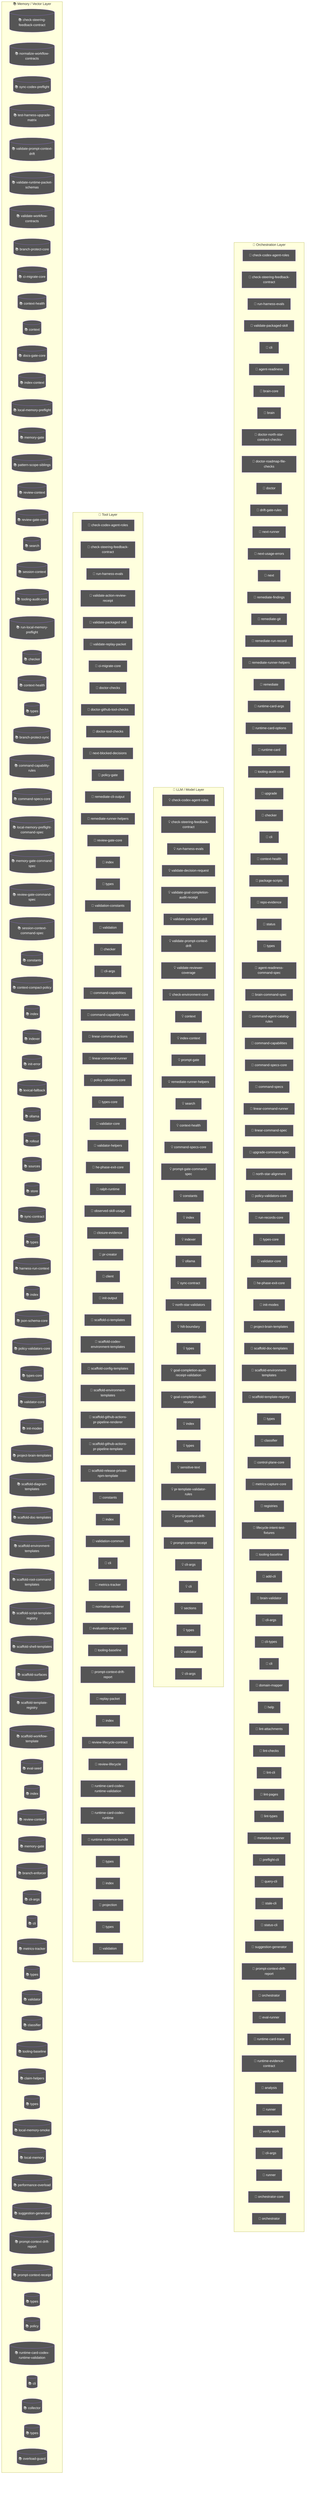
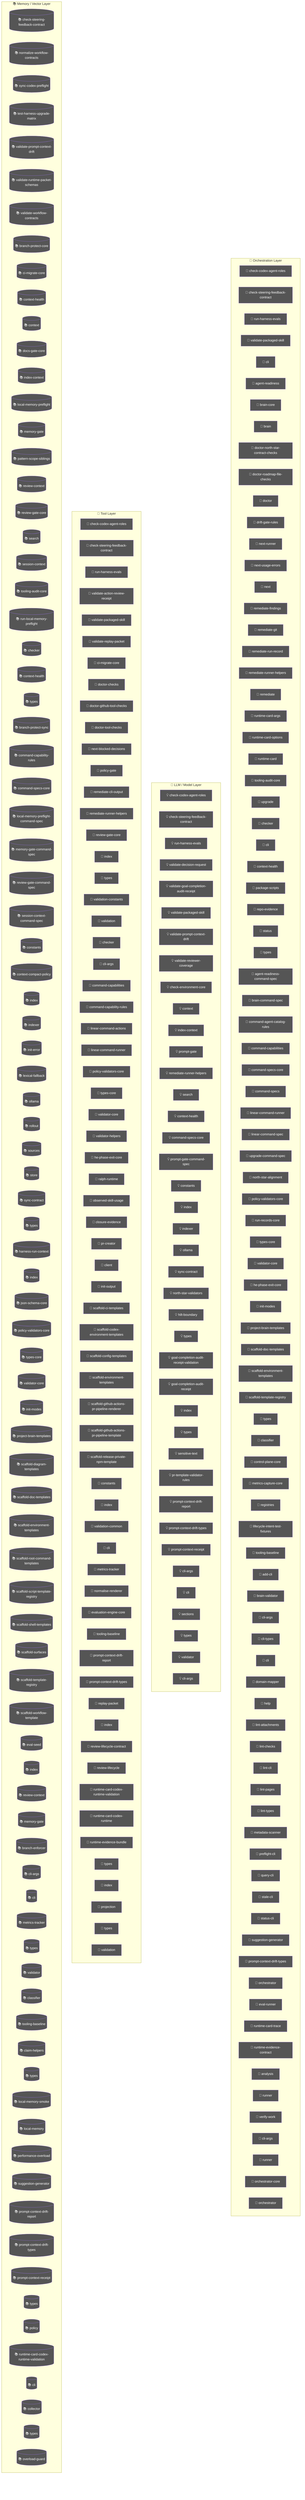
flowchart TD
  subgraph Orchestration["🎯 Orchestration Layer"]
    node_agent_mmd_orchestration_layer_orchestration_chec_7a9f0b64["🤖 check-codex-agent-roles"]
    node_agent_mmd_orchestration_layer_orchestration_chec_7fd47f5c["🤖 check-steering-feedback-contract"]
    node_agent_mmd_orchestration_layer_orchestration_run__18817957["🤖 run-harness-evals"]
    node_agent_mmd_orchestration_layer_orchestration_vali_c01b04be["🤖 validate-packaged-skill"]
    cli_99bb8840["🤖 cli"]
    agent_readiness_c82c68e6["🤖 agent-readiness"]
    brain_core_aa07c380["🤖 brain-core"]
    brain_bbbf7a64["🤖 brain"]
    doctor_north_star_contract_checks_0048124c["🤖 doctor-north-star-contract-checks"]
    doctor_roadmap_file_checks_14447b8e["🤖 doctor-roadmap-file-checks"]
    doctor_72f4be89["🤖 doctor"]
    drift_gate_rules_9685e72d["🤖 drift-gate-rules"]
    next_runner_41643472["🤖 next-runner"]
    next_usage_errors_837a345a["🤖 next-usage-errors"]
    next_c6c1c9a9["🤖 next"]
    remediate_findings_8b09c8c6["🤖 remediate-findings"]
    remediate_git_58c6f6f4["🤖 remediate-git"]
    remediate_run_record_9dfe5dc1["🤖 remediate-run-record"]
    node_agent_mmd_orchestration_layer_orchestration_reme_359fe98f["🤖 remediate-runner-helpers"]
    remediate_06b9c7fc["🤖 remediate"]
    runtime_card_args_2b3d4b28["🤖 runtime-card-args"]
    runtime_card_options_c9156ad5["🤖 runtime-card-options"]
    runtime_card_e06b53e1["🤖 runtime-card"]
    node_agent_mmd_orchestration_layer_orchestration_tool_acfe0c01["🤖 tooling-audit-core"]
    upgrade_7fef9479["🤖 upgrade"]
    node_agent_mmd_orchestration_layer_orchestration_chec_0550c395["🤖 checker"]
    cli_1_084e05fe["🤖 cli"]
    node_agent_mmd_orchestration_layer_orchestration_cont_61b3b9c9["🤖 context-health"]
    package_scripts_3ee6150f["🤖 package-scripts"]
    repo_evidence_38bb1de5["🤖 repo-evidence"]
    status_073c1634["🤖 status"]
    node_agent_mmd_orchestration_layer_orchestration_type_4f906dcc["🤖 types"]
    agent_readiness_command_spec_a30c2c1e["🤖 agent-readiness-command-spec"]
    brain_command_spec_15b122d5["🤖 brain-command-spec"]
    command_agent_catalog_rules_8e06b2af["🤖 command-agent-catalog-rules"]
    node_agent_mmd_orchestration_layer_orchestration_comm_6e41a7f7["🤖 command-capabilities"]
    node_agent_mmd_orchestration_layer_orchestration_comm_1f8cc24c["🤖 command-specs-core"]
    command_specs_69167c63["🤖 command-specs"]
    node_agent_mmd_orchestration_layer_orchestration_line_b67affd5["🤖 linear-command-runner"]
    linear_command_spec_1e12dd44["🤖 linear-command-spec"]
    upgrade_command_spec_03f6c7bd["🤖 upgrade-command-spec"]
    north_star_alignment_00440188["🤖 north-star-alignment"]
    node_agent_mmd_orchestration_layer_orchestration_poli_3270b55d["🤖 policy-validators-core"]
    run_records_core_89286dfa["🤖 run-records-core"]
    node_agent_mmd_orchestration_layer_orchestration_type_7cf81261["🤖 types-core"]
    node_agent_mmd_orchestration_layer_orchestration_vali_d9fe99e6["🤖 validator-core"]
    node_agent_mmd_orchestration_layer_orchestration_he_p_fc778c24["🤖 he-phase-exit-core"]
    node_agent_mmd_orchestration_layer_orchestration_init_2a9c3ecb["🤖 init-modes"]
    node_agent_mmd_orchestration_layer_orchestration_proj_6ab6f60f["🤖 project-brain-templates"]
    node_agent_mmd_orchestration_layer_orchestration_scaf_12cc07db["🤖 scaffold-doc-templates"]
    node_agent_mmd_orchestration_layer_orchestration_scaf_c9a90c2f["🤖 scaffold-environment-templates"]
    node_agent_mmd_orchestration_layer_orchestration_scaf_ff8f92f6["🤖 scaffold-template-registry"]
    types_15_86775c96["🤖 types"]
    node_agent_mmd_orchestration_layer_orchestration_clas_899b821a["🤖 classifier"]
    control_plane_core_db3b4cb2["🤖 control-plane-core"]
    metrics_capture_core_db4bf7cf["🤖 metrics-capture-core"]
    registries_06402afa["🤖 registries"]
    lifecycle_intent_test_fixtures_a53c7ada["🤖 lifecycle-intent-test-fixtures"]
    node_agent_mmd_orchestration_layer_orchestration_tool_cc43149f["🤖 tooling-baseline"]
    add_cli_7614de25["🤖 add-cli"]
    brain_validator_be251832["🤖 brain-validator"]
    cli_args_8_d546936e["🤖 cli-args"]
    cli_types_1686e858["🤖 cli-types"]
    cli_9_b54c1407["🤖 cli"]
    domain_mapper_cd9333d2["🤖 domain-mapper"]
    help_106a5842["🤖 help"]
    lint_attachments_873c0632["🤖 lint-attachments"]
    lint_checks_83522b19["🤖 lint-checks"]
    lint_cli_9ec62ec0["🤖 lint-cli"]
    lint_pages_e33301d0["🤖 lint-pages"]
    lint_types_2862c255["🤖 lint-types"]
    metadata_scanner_6a101b66["🤖 metadata-scanner"]
    preflight_cli_5d148379["🤖 preflight-cli"]
    query_cli_b95be64d["🤖 query-cli"]
    stale_cli_64548720["🤖 stale-cli"]
    status_cli_4c24a0d6["🤖 status-cli"]
    node_agent_mmd_orchestration_layer_orchestration_sugg_85c5ebe3["🤖 suggestion-generator"]
-     node_agent_mmd_orchestration_layer_orchestration_prom_d17b4de2["🤖 prompt-context-drift-report"]
+     node_agent_mmd_orchestration_layer_orchestration_prom_77088997["🤖 prompt-context-drift-types"]
    orchestrator_11376b7e["🤖 orchestrator"]
    eval_runner_0966a6b3["🤖 eval-runner"]
    runtime_card_trace_64a5ca95["🤖 runtime-card-trace"]
    runtime_evidence_contract_0f7b15b2["🤖 runtime-evidence-contract"]
    analysis_f44e85c4["🤖 analysis"]
    runner_527aa9f4["🤖 runner"]
    verify_work_1_cd8e7ec3["🤖 verify-work"]
    cli_args_14_3481043e["🤖 cli-args"]
    runner_1_6f281bf8["🤖 runner"]
    orchestrator_core_d0678b53["🤖 orchestrator-core"]
    orchestrator_1_6b7137c5["🤖 orchestrator"]
  end
  subgraph LLMLayer["🧠 LLM / Model Layer"]
    node_agent_mmd_llm_model_layer_llmlayer_check_codex_a_29e7b7fa["💡 check-codex-agent-roles"]
    node_agent_mmd_llm_model_layer_llmlayer_check_steerin_0e1bf90d["💡 check-steering-feedback-contract"]
    node_agent_mmd_llm_model_layer_llmlayer_run_harness_e_603fcfdc["💡 run-harness-evals"]
    validate_decision_request_2e5c325e["💡 validate-decision-request"]
    validate_goal_completion_audit_receipt_100d252c["💡 validate-goal-completion-audit-receipt"]
    node_agent_mmd_llm_model_layer_llmlayer_validate_pack_2a12e1f4["💡 validate-packaged-skill"]
    node_agent_mmd_llm_model_layer_llmlayer_validate_prom_9880f764["💡 validate-prompt-context-drift"]
    validate_reviewer_coverage_251efee3["💡 validate-reviewer-coverage"]
    check_environment_core_2c16213f["💡 check-environment-core"]
    node_agent_mmd_llm_model_layer_llmlayer_context_conte_ad2dfbd9["💡 context"]
    node_agent_mmd_llm_model_layer_llmlayer_index_context_1041bd11["💡 index-context"]
    prompt_gate_c5e9d207["💡 prompt-gate"]
    node_agent_mmd_llm_model_layer_llmlayer_remediate_run_9e3d4585["💡 remediate-runner-helpers"]
    node_agent_mmd_llm_model_layer_llmlayer_search_search_66b9a911["💡 search"]
    node_agent_mmd_llm_model_layer_llmlayer_context_healt_cfc0bfa8["💡 context-health"]
    node_agent_mmd_llm_model_layer_llmlayer_command_specs_782af9fa["💡 command-specs-core"]
    prompt_gate_command_spec_9a941482["💡 prompt-gate-command-spec"]
    node_agent_mmd_llm_model_layer_llmlayer_constants_con_c9bd3f6c["💡 constants"]
    node_agent_mmd_llm_model_layer_llmlayer_index_index_1_02e160ff["💡 index"]
    node_agent_mmd_llm_model_layer_llmlayer_indexer_index_4f4deef5["💡 indexer"]
    node_agent_mmd_llm_model_layer_llmlayer_ollama_ollama_968b23fa["💡 ollama"]
    node_agent_mmd_llm_model_layer_llmlayer_sync_contract_9f3cc8c1["💡 sync-contract"]
    north_star_validators_cfc926ce["💡 north-star-validators"]
    hilt_boundary_9b36fb15["💡 hilt-boundary"]
    types_9_1db4641f["💡 types"]
    goal_completion_audit_receipt_validation_9d0f4891["💡 goal-completion-audit-receipt-validation"]
    goal_completion_audit_receipt_5e4939c3["💡 goal-completion-audit-receipt"]
    index_4_013aa0e3["💡 index"]
    node_agent_mmd_llm_model_layer_llmlayer_constants_con_c9bd3f6c["💡 constants"]
    types_16_0fae1112["💡 types"]
    sensitive_text_7c11f760["💡 sensitive-text"]
    pr_template_validator_rules_20a32d6b["💡 pr-template-validator-rules"]
    node_agent_mmd_llm_model_layer_llmlayer_index_index_1_02e160ff["💡 index"]
-     node_agent_mmd_llm_model_layer_llmlayer_prompt_contex_81f9066a["💡 prompt-context-drift-report"]
+     node_agent_mmd_llm_model_layer_llmlayer_prompt_contex_9683b128["💡 prompt-context-drift-report"]
+     node_agent_mmd_llm_model_layer_llmlayer_prompt_contex_e5066b88["💡 prompt-context-drift-types"]
    node_agent_mmd_llm_model_layer_llmlayer_index_index_1_02e160ff["💡 index"]
    node_agent_mmd_llm_model_layer_llmlayer_prompt_contex_6426acc2["💡 prompt-context-receipt"]
    cli_args_9_9c136878["💡 cli-args"]
    cli_10_35dc8cbd["💡 cli"]
    sections_4697ef32["💡 sections"]
    types_26_a5814179["💡 types"]
    validator_6_3688adbf["💡 validator"]
    cli_args_10_861cdd3f["💡 cli-args"]
  end
  subgraph ToolLayer["🔧 Tool Layer"]
    node_agent_mmd_tool_layer_toollayer_check_codex_agent_4b361d5a["🔧 check-codex-agent-roles"]
    node_agent_mmd_tool_layer_toollayer_check_steering_fe_eafecf3a["🔧 check-steering-feedback-contract"]
    node_agent_mmd_tool_layer_toollayer_run_harness_evals_e2ee24f1["🔧 run-harness-evals"]
    validate_action_review_receipt_fa2f06c3["🔧 validate-action-review-receipt"]
    node_agent_mmd_tool_layer_toollayer_validate_packaged_2855c827["🔧 validate-packaged-skill"]
    validate_replay_packet_f309747e["🔧 validate-replay-packet"]
    node_agent_mmd_tool_layer_toollayer_ci_migrate_core_c_049f8460["🔧 ci-migrate-core"]
    doctor_checks_5a2eb2b9["🔧 doctor-checks"]
    doctor_github_tool_checks_a53b0382["🔧 doctor-github-tool-checks"]
    doctor_tool_checks_4acac51a["🔧 doctor-tool-checks"]
    next_blocked_decisions_4140ad2b["🔧 next-blocked-decisions"]
    policy_gate_213f7313["🔧 policy-gate"]
    remediate_cli_output_cc165396["🔧 remediate-cli-output"]
    node_agent_mmd_tool_layer_toollayer_remediate_runner__c003b871["🔧 remediate-runner-helpers"]
    node_agent_mmd_tool_layer_toollayer_review_gate_core__7704598b["🔧 review-gate-core"]
    index_1bc04b52["🔧 index"]
    types_1_4ecdf56e["🔧 types"]
    validation_constants_e002a0f6["🔧 validation-constants"]
    validation_98c41dcd["🔧 validation"]
    node_agent_mmd_tool_layer_toollayer_checker_checker_2_453d593b["🔧 checker"]
    cli_args_1_6144b055["🔧 cli-args"]
    node_agent_mmd_tool_layer_toollayer_command_capabilit_7fe13db1["🔧 command-capabilities"]
    node_agent_mmd_tool_layer_toollayer_command_capabilit_e97a4615["🔧 command-capability-rules"]
    linear_command_actions_e430f4f4["🔧 linear-command-actions"]
    node_agent_mmd_tool_layer_toollayer_linear_command_ru_d6763748["🔧 linear-command-runner"]
    node_agent_mmd_tool_layer_toollayer_policy_validators_af136abf["🔧 policy-validators-core"]
    node_agent_mmd_tool_layer_toollayer_types_core_types__6c8319b6["🔧 types-core"]
    node_agent_mmd_tool_layer_toollayer_validator_core_va_6ef6131f["🔧 validator-core"]
    validator_helpers_7b927667["🔧 validator-helpers"]
    node_agent_mmd_tool_layer_toollayer_he_phase_exit_cor_af016160["🔧 he-phase-exit-core"]
    ralph_runtime_73d63c0e["🔧 ralph-runtime"]
    observed_skill_usage_ed7d5930["🔧 observed-skill-usage"]
    closure_evidence_aaa31467["🔧 closure-evidence"]
    pr_creator_dc6b1ea4["🔧 pr-creator"]
    client_948fe603["🔧 client"]
    init_output_360dce91["🔧 init-output"]
    scaffold_ci_templates_2afd6392["🔧 scaffold-ci-templates"]
    scaffold_codex_environment_templates_334fbbed["🔧 scaffold-codex-environment-templates"]
    scaffold_config_templates_4b80ce53["🔧 scaffold-config-templates"]
    node_agent_mmd_tool_layer_toollayer_scaffold_environm_c1afc013["🔧 scaffold-environment-templates"]
    scaffold_github_actions_pr_pipeline_renderer_1ee18de5["🔧 scaffold-github-actions-pr-pipeline-renderer"]
    scaffold_github_actions_pr_pipeline_template_e2b85f62["🔧 scaffold-github-actions-pr-pipeline-template"]
    scaffold_release_private_npm_template_075499f8["🔧 scaffold-release-private-npm-template"]
    node_agent_mmd_tool_layer_toollayer_constants_constan_9d71b829["🔧 constants"]
    index_8_6f0f20ec["🔧 index"]
    validation_common_6161e48b["🔧 validation-common"]
    node_agent_mmd_tool_layer_toollayer_cli_cli_2_1_32d9eeaf["🔧 cli"]
    node_agent_mmd_tool_layer_toollayer_metrics_tracker_m_4c9237d8["🔧 metrics-tracker"]
    normalise_renderer_85f2e563["🔧 normalise-renderer"]
    evaluation_engine_core_e054fe49["🔧 evaluation-engine-core"]
    node_agent_mmd_tool_layer_toollayer_tooling_baseline__61e66e9f["🔧 tooling-baseline"]
-     node_agent_mmd_tool_layer_toollayer_prompt_context_dr_a2772f2b["🔧 prompt-context-drift-report"]
+     node_agent_mmd_tool_layer_toollayer_prompt_context_dr_801c86ff["🔧 prompt-context-drift-report"]
+     node_agent_mmd_tool_layer_toollayer_prompt_context_dr_bd82da46["🔧 prompt-context-drift-types"]
    replay_packet_a1293f88["🔧 replay-packet"]
    index_13_97df39c8["🔧 index"]
    review_lifecycle_contract_e5447221["🔧 review-lifecycle-contract"]
    review_lifecycle_89afa64c["🔧 review-lifecycle"]
    node_agent_mmd_tool_layer_toollayer_runtime_card_code_3636ceac["🔧 runtime-card-codex-runtime-validation"]
    runtime_card_codex_runtime_0655e230["🔧 runtime-card-codex-runtime"]
    runtime_evidence_bundle_d471a232["🔧 runtime-evidence-bundle"]
    types_35_93e66c64["🔧 types"]
    index_16_373c8a49["🔧 index"]
    projection_1b250ea1["🔧 projection"]
    types_37_32ccf9f9["🔧 types"]
    validation_7_c4e6d8b6["🔧 validation"]
  end
  subgraph MemoryLayer["📚 Memory / Vector Layer"]
    node_agent_mmd_memory_vector_layer_memorylayer_check__64c86928[("📚 check-steering-feedback-contract")]
    normalize_workflow_contracts_8701f1c8[("📚 normalize-workflow-contracts")]
    sync_codex_preflight_7e7a8dc2[("📚 sync-codex-preflight")]
    test_harness_upgrade_matrix_84113c4e[("📚 test-harness-upgrade-matrix")]
    node_agent_mmd_memory_vector_layer_memorylayer_valida_c52c4db8[("📚 validate-prompt-context-drift")]
    validate_runtime_packet_schemas_bc3ba8ec[("📚 validate-runtime-packet-schemas")]
    validate_workflow_contracts_33dc063c[("📚 validate-workflow-contracts")]
    branch_protect_core_a8feb0fd[("📚 branch-protect-core")]
    node_agent_mmd_memory_vector_layer_memorylayer_ci_mig_0cd5b1a4[("📚 ci-migrate-core")]
    context_health_80bb7da9[("📚 context-health")]
    node_agent_mmd_memory_vector_layer_memorylayer_contex_78ceaaa9[("📚 context")]
    docs_gate_core_eb9b6c18[("📚 docs-gate-core")]
    node_agent_mmd_memory_vector_layer_memorylayer_index__6f3402d0[("📚 index-context")]
    local_memory_preflight_dcc36c42[("📚 local-memory-preflight")]
    memory_gate_a577a506[("📚 memory-gate")]
    pattern_scope_siblings_43abe000[("📚 pattern-scope-siblings")]
    review_context_ca6cf81d[("📚 review-context")]
    node_agent_mmd_memory_vector_layer_memorylayer_review_5bee9816[("📚 review-gate-core")]
    node_agent_mmd_memory_vector_layer_memorylayer_search_ac35cb7e[("📚 search")]
    session_context_e5ec72c0[("📚 session-context")]
    node_agent_mmd_memory_vector_layer_memorylayer_toolin_a1185b8f[("📚 tooling-audit-core")]
    run_local_memory_preflight_36e92808[("📚 run-local-memory-preflight")]
    node_agent_mmd_memory_vector_layer_memorylayer_checke_a583eb4f[("📚 checker")]
    node_agent_mmd_memory_vector_layer_memorylayer_contex_3204aa0e[("📚 context-health")]
    node_agent_mmd_memory_vector_layer_memorylayer_types__9ad640a0[("📚 types")]
    branch_protect_sync_570adb18[("📚 branch-protect-sync")]
    node_agent_mmd_memory_vector_layer_memorylayer_comman_c72a5d05[("📚 command-capability-rules")]
    node_agent_mmd_memory_vector_layer_memorylayer_comman_111eb454[("📚 command-specs-core")]
    local_memory_preflight_command_spec_9e23f3ce[("📚 local-memory-preflight-command-spec")]
    memory_gate_command_spec_dc9001a9[("📚 memory-gate-command-spec")]
    review_gate_command_spec_3187376a[("📚 review-gate-command-spec")]
    session_context_command_spec_973afbb1[("📚 session-context-command-spec")]
    node_agent_mmd_memory_vector_layer_memorylayer_consta_702d3f46[("📚 constants")]
    context_compact_policy_3dcaf95d[("📚 context-compact-policy")]
    node_agent_mmd_memory_vector_layer_memorylayer_index__752bc61e[("📚 index")]
    node_agent_mmd_memory_vector_layer_memorylayer_indexe_93e6d86f[("📚 indexer")]
    init_error_5c7dd49f[("📚 init-error")]
    lexical_fallback_723e2b3e[("📚 lexical-fallback")]
    node_agent_mmd_memory_vector_layer_memorylayer_ollama_6d51be16[("📚 ollama")]
    rollout_a4fa034c[("📚 rollout")]
    sources_878a52fc[("📚 sources")]
    store_824d80d7[("📚 store")]
    node_agent_mmd_memory_vector_layer_memorylayer_sync_c_e43418bc[("📚 sync-contract")]
    types_7_2f1ed65e[("📚 types")]
    harness_run_context_ac7c77a9[("📚 harness-run-context")]
    index_3_7e40d474[("📚 index")]
    json_schema_core_96d7e328[("📚 json-schema-core")]
    node_agent_mmd_memory_vector_layer_memorylayer_policy_1944de42[("📚 policy-validators-core")]
    node_agent_mmd_memory_vector_layer_memorylayer_types__83f369fa[("📚 types-core")]
    node_agent_mmd_memory_vector_layer_memorylayer_valida_41034356[("📚 validator-core")]
    node_agent_mmd_memory_vector_layer_memorylayer_init_m_333d02c5[("📚 init-modes")]
    node_agent_mmd_memory_vector_layer_memorylayer_projec_3ae304d9[("📚 project-brain-templates")]
    scaffold_diagram_templates_dd88e83c[("📚 scaffold-diagram-templates")]
    node_agent_mmd_memory_vector_layer_memorylayer_scaffo_5fd73b94[("📚 scaffold-doc-templates")]
    node_agent_mmd_memory_vector_layer_memorylayer_scaffo_12b42341[("📚 scaffold-environment-templates")]
    scaffold_root_command_templates_404fed7f[("📚 scaffold-root-command-templates")]
    scaffold_script_template_registry_69312d4e[("📚 scaffold-script-template-registry")]
    scaffold_shell_templates_0ad0f915[("📚 scaffold-shell-templates")]
    scaffold_surfaces_12d6494e[("📚 scaffold-surfaces")]
    node_agent_mmd_memory_vector_layer_memorylayer_scaffo_a86eece1[("📚 scaffold-template-registry")]
    scaffold_workflow_template_92310587[("📚 scaffold-workflow-template")]
    eval_seed_5699fd3e[("📚 eval-seed")]
    index_9_32dd4d91[("📚 index")]
    review_context_1_e3afed15[("📚 review-context")]
    memory_gate_1_265164ac[("📚 memory-gate")]
    branch_enforcer_acb749cd[("📚 branch-enforcer")]
    cli_args_5_09ea29f0[("📚 cli-args")]
    node_agent_mmd_memory_vector_layer_memorylayer_cli_cl_1f1f89ab[("📚 cli")]
    node_agent_mmd_memory_vector_layer_memorylayer_metric_12562178[("📚 metrics-tracker")]
    types_18_37582e2a[("📚 types")]
    validator_4_5180cf23[("📚 validator")]
    node_agent_mmd_memory_vector_layer_memorylayer_classi_1ebbf5ff[("📚 classifier")]
    node_agent_mmd_memory_vector_layer_memorylayer_toolin_14f86b00[("📚 tooling-baseline")]
    claim_helpers_20dc8387[("📚 claim-helpers")]
    types_23_4352ee2e[("📚 types")]
    local_memory_smoke_1175abfc[("📚 local-memory-smoke")]
    local_memory_0db17ecc[("📚 local-memory")]
    performance_overload_c685bfcf[("📚 performance-overload")]
    node_agent_mmd_memory_vector_layer_memorylayer_sugges_267f408d[("📚 suggestion-generator")]
    node_agent_mmd_memory_vector_layer_memorylayer_index__752bc61e[("📚 index")]
-     node_agent_mmd_memory_vector_layer_memorylayer_prompt_ae34fc43[("📚 prompt-context-drift-report")]
+     node_agent_mmd_memory_vector_layer_memorylayer_prompt_84937d91[("📚 prompt-context-drift-report")]
+     node_agent_mmd_memory_vector_layer_memorylayer_prompt_efd77624[("📚 prompt-context-drift-types")]
    node_agent_mmd_memory_vector_layer_memorylayer_index__752bc61e[("📚 index")]
    node_agent_mmd_memory_vector_layer_memorylayer_prompt_55c0d605[("📚 prompt-context-receipt")]
    types_30_424b976c[("📚 types")]
    policy_1_fc4198db[("📚 policy")]
    node_agent_mmd_memory_vector_layer_memorylayer_runtim_a5d23e7f[("📚 runtime-card-codex-runtime-validation")]
    cli_11_338a8415[("📚 cli")]
    collector_0736fd5b[("📚 collector")]
    types_33_16e22a82[("📚 types")]
    overload_guard_2748c559[("📚 overload-guard")]
  end
  classDef agentNode fill:#555,color:#fff
-   class node_agent_mmd_orchestration_layer_orchestration_chec_7a9f0b64,node_agent_mmd_llm_model_layer_llmlayer_check_codex_a_29e7b7fa,node_agent_mmd_tool_layer_toollayer_check_codex_agent_4b361d5a,node_agent_mmd_orchestration_layer_orchestration_chec_7fd47f5c,node_agent_mmd_llm_model_layer_llmlayer_check_steerin_0e1bf90d,node_agent_mmd_tool_layer_toollayer_check_steering_fe_eafecf3a,node_agent_mmd_memory_vector_layer_memorylayer_check__64c86928,node_agent_mmd_orchestration_layer_orchestration_run__18817957,node_agent_mmd_llm_model_layer_llmlayer_run_harness_e_603fcfdc,node_agent_mmd_tool_layer_toollayer_run_harness_evals_e2ee24f1,node_agent_mmd_orchestration_layer_orchestration_vali_c01b04be,node_agent_mmd_llm_model_layer_llmlayer_validate_pack_2a12e1f4,node_agent_mmd_tool_layer_toollayer_validate_packaged_2855c827,cli_99bb8840,agent_readiness_c82c68e6,brain_core_aa07c380,brain_bbbf7a64,doctor_north_star_contract_checks_0048124c,doctor_roadmap_file_checks_14447b8e,doctor_72f4be89,drift_gate_rules_9685e72d,next_runner_41643472,next_usage_errors_837a345a,next_c6c1c9a9,remediate_findings_8b09c8c6,remediate_git_58c6f6f4,remediate_run_record_9dfe5dc1,node_agent_mmd_orchestration_layer_orchestration_reme_359fe98f,node_agent_mmd_llm_model_layer_llmlayer_remediate_run_9e3d4585,node_agent_mmd_tool_layer_toollayer_remediate_runner__c003b871,remediate_06b9c7fc,runtime_card_args_2b3d4b28,runtime_card_options_c9156ad5,runtime_card_e06b53e1,node_agent_mmd_orchestration_layer_orchestration_tool_acfe0c01,node_agent_mmd_memory_vector_layer_memorylayer_toolin_a1185b8f,upgrade_7fef9479,node_agent_mmd_orchestration_layer_orchestration_chec_0550c395,node_agent_mmd_tool_layer_toollayer_checker_checker_2_453d593b,node_agent_mmd_memory_vector_layer_memorylayer_checke_a583eb4f,cli_1_084e05fe,node_agent_mmd_orchestration_layer_orchestration_cont_61b3b9c9,node_agent_mmd_llm_model_layer_llmlayer_context_healt_cfc0bfa8,node_agent_mmd_memory_vector_layer_memorylayer_contex_3204aa0e,package_scripts_3ee6150f,repo_evidence_38bb1de5,status_073c1634,node_agent_mmd_orchestration_layer_orchestration_type_4f906dcc,node_agent_mmd_memory_vector_layer_memorylayer_types__9ad640a0,agent_readiness_command_spec_a30c2c1e,brain_command_spec_15b122d5,command_agent_catalog_rules_8e06b2af,node_agent_mmd_orchestration_layer_orchestration_comm_6e41a7f7,node_agent_mmd_tool_layer_toollayer_command_capabilit_7fe13db1,node_agent_mmd_orchestration_layer_orchestration_comm_1f8cc24c,node_agent_mmd_llm_model_layer_llmlayer_command_specs_782af9fa,node_agent_mmd_memory_vector_layer_memorylayer_comman_111eb454,command_specs_69167c63,node_agent_mmd_orchestration_layer_orchestration_line_b67affd5,node_agent_mmd_tool_layer_toollayer_linear_command_ru_d6763748,linear_command_spec_1e12dd44,upgrade_command_spec_03f6c7bd,north_star_alignment_00440188,node_agent_mmd_orchestration_layer_orchestration_poli_3270b55d,node_agent_mmd_tool_layer_toollayer_policy_validators_af136abf,node_agent_mmd_memory_vector_layer_memorylayer_policy_1944de42,run_records_core_89286dfa,node_agent_mmd_orchestration_layer_orchestration_type_7cf81261,node_agent_mmd_tool_layer_toollayer_types_core_types__6c8319b6,node_agent_mmd_memory_vector_layer_memorylayer_types__83f369fa,node_agent_mmd_orchestration_layer_orchestration_vali_d9fe99e6,node_agent_mmd_tool_layer_toollayer_validator_core_va_6ef6131f,node_agent_mmd_memory_vector_layer_memorylayer_valida_41034356,node_agent_mmd_orchestration_layer_orchestration_he_p_fc778c24,node_agent_mmd_tool_layer_toollayer_he_phase_exit_cor_af016160,node_agent_mmd_orchestration_layer_orchestration_init_2a9c3ecb,node_agent_mmd_memory_vector_layer_memorylayer_init_m_333d02c5,node_agent_mmd_orchestration_layer_orchestration_proj_6ab6f60f,node_agent_mmd_memory_vector_layer_memorylayer_projec_3ae304d9,node_agent_mmd_orchestration_layer_orchestration_scaf_12cc07db,node_agent_mmd_memory_vector_layer_memorylayer_scaffo_5fd73b94,node_agent_mmd_orchestration_layer_orchestration_scaf_c9a90c2f,node_agent_mmd_tool_layer_toollayer_scaffold_environm_c1afc013,node_agent_mmd_memory_vector_layer_memorylayer_scaffo_12b42341,node_agent_mmd_orchestration_layer_orchestration_scaf_ff8f92f6,node_agent_mmd_memory_vector_layer_memorylayer_scaffo_a86eece1,types_15_86775c96,node_agent_mmd_orchestration_layer_orchestration_clas_899b821a,node_agent_mmd_memory_vector_layer_memorylayer_classi_1ebbf5ff,control_plane_core_db3b4cb2,metrics_capture_core_db4bf7cf,registries_06402afa,lifecycle_intent_test_fixtures_a53c7ada,node_agent_mmd_orchestration_layer_orchestration_tool_cc43149f,node_agent_mmd_tool_layer_toollayer_tooling_baseline__61e66e9f,node_agent_mmd_memory_vector_layer_memorylayer_toolin_14f86b00,add_cli_7614de25,brain_validator_be251832,cli_args_8_d546936e,cli_types_1686e858,cli_9_b54c1407,domain_mapper_cd9333d2,help_106a5842,lint_attachments_873c0632,lint_checks_83522b19,lint_cli_9ec62ec0,lint_pages_e33301d0,lint_types_2862c255,metadata_scanner_6a101b66,preflight_cli_5d148379,query_cli_b95be64d,stale_cli_64548720,status_cli_4c24a0d6,node_agent_mmd_orchestration_layer_orchestration_sugg_85c5ebe3,node_agent_mmd_memory_vector_layer_memorylayer_sugges_267f408d,node_agent_mmd_orchestration_layer_orchestration_prom_d17b4de2,node_agent_mmd_llm_model_layer_llmlayer_prompt_contex_81f9066a,node_agent_mmd_tool_layer_toollayer_prompt_context_dr_a2772f2b,node_agent_mmd_memory_vector_layer_memorylayer_prompt_ae34fc43,orchestrator_11376b7e,eval_runner_0966a6b3,runtime_card_trace_64a5ca95,runtime_evidence_contract_0f7b15b2,analysis_f44e85c4,runner_527aa9f4,verify_work_1_cd8e7ec3,cli_args_14_3481043e,runner_1_6f281bf8,orchestrator_core_d0678b53,orchestrator_1_6b7137c5 agentNode
+   class node_agent_mmd_orchestration_layer_orchestration_chec_7a9f0b64,node_agent_mmd_llm_model_layer_llmlayer_check_codex_a_29e7b7fa,node_agent_mmd_tool_layer_toollayer_check_codex_agent_4b361d5a,node_agent_mmd_orchestration_layer_orchestration_chec_7fd47f5c,node_agent_mmd_llm_model_layer_llmlayer_check_steerin_0e1bf90d,node_agent_mmd_tool_layer_toollayer_check_steering_fe_eafecf3a,node_agent_mmd_memory_vector_layer_memorylayer_check__64c86928,node_agent_mmd_orchestration_layer_orchestration_run__18817957,node_agent_mmd_llm_model_layer_llmlayer_run_harness_e_603fcfdc,node_agent_mmd_tool_layer_toollayer_run_harness_evals_e2ee24f1,node_agent_mmd_orchestration_layer_orchestration_vali_c01b04be,node_agent_mmd_llm_model_layer_llmlayer_validate_pack_2a12e1f4,node_agent_mmd_tool_layer_toollayer_validate_packaged_2855c827,cli_99bb8840,agent_readiness_c82c68e6,brain_core_aa07c380,brain_bbbf7a64,doctor_north_star_contract_checks_0048124c,doctor_roadmap_file_checks_14447b8e,doctor_72f4be89,drift_gate_rules_9685e72d,next_runner_41643472,next_usage_errors_837a345a,next_c6c1c9a9,remediate_findings_8b09c8c6,remediate_git_58c6f6f4,remediate_run_record_9dfe5dc1,node_agent_mmd_orchestration_layer_orchestration_reme_359fe98f,node_agent_mmd_llm_model_layer_llmlayer_remediate_run_9e3d4585,node_agent_mmd_tool_layer_toollayer_remediate_runner__c003b871,remediate_06b9c7fc,runtime_card_args_2b3d4b28,runtime_card_options_c9156ad5,runtime_card_e06b53e1,node_agent_mmd_orchestration_layer_orchestration_tool_acfe0c01,node_agent_mmd_memory_vector_layer_memorylayer_toolin_a1185b8f,upgrade_7fef9479,node_agent_mmd_orchestration_layer_orchestration_chec_0550c395,node_agent_mmd_tool_layer_toollayer_checker_checker_2_453d593b,node_agent_mmd_memory_vector_layer_memorylayer_checke_a583eb4f,cli_1_084e05fe,node_agent_mmd_orchestration_layer_orchestration_cont_61b3b9c9,node_agent_mmd_llm_model_layer_llmlayer_context_healt_cfc0bfa8,node_agent_mmd_memory_vector_layer_memorylayer_contex_3204aa0e,package_scripts_3ee6150f,repo_evidence_38bb1de5,status_073c1634,node_agent_mmd_orchestration_layer_orchestration_type_4f906dcc,node_agent_mmd_memory_vector_layer_memorylayer_types__9ad640a0,agent_readiness_command_spec_a30c2c1e,brain_command_spec_15b122d5,command_agent_catalog_rules_8e06b2af,node_agent_mmd_orchestration_layer_orchestration_comm_6e41a7f7,node_agent_mmd_tool_layer_toollayer_command_capabilit_7fe13db1,node_agent_mmd_orchestration_layer_orchestration_comm_1f8cc24c,node_agent_mmd_llm_model_layer_llmlayer_command_specs_782af9fa,node_agent_mmd_memory_vector_layer_memorylayer_comman_111eb454,command_specs_69167c63,node_agent_mmd_orchestration_layer_orchestration_line_b67affd5,node_agent_mmd_tool_layer_toollayer_linear_command_ru_d6763748,linear_command_spec_1e12dd44,upgrade_command_spec_03f6c7bd,north_star_alignment_00440188,node_agent_mmd_orchestration_layer_orchestration_poli_3270b55d,node_agent_mmd_tool_layer_toollayer_policy_validators_af136abf,node_agent_mmd_memory_vector_layer_memorylayer_policy_1944de42,run_records_core_89286dfa,node_agent_mmd_orchestration_layer_orchestration_type_7cf81261,node_agent_mmd_tool_layer_toollayer_types_core_types__6c8319b6,node_agent_mmd_memory_vector_layer_memorylayer_types__83f369fa,node_agent_mmd_orchestration_layer_orchestration_vali_d9fe99e6,node_agent_mmd_tool_layer_toollayer_validator_core_va_6ef6131f,node_agent_mmd_memory_vector_layer_memorylayer_valida_41034356,node_agent_mmd_orchestration_layer_orchestration_he_p_fc778c24,node_agent_mmd_tool_layer_toollayer_he_phase_exit_cor_af016160,node_agent_mmd_orchestration_layer_orchestration_init_2a9c3ecb,node_agent_mmd_memory_vector_layer_memorylayer_init_m_333d02c5,node_agent_mmd_orchestration_layer_orchestration_proj_6ab6f60f,node_agent_mmd_memory_vector_layer_memorylayer_projec_3ae304d9,node_agent_mmd_orchestration_layer_orchestration_scaf_12cc07db,node_agent_mmd_memory_vector_layer_memorylayer_scaffo_5fd73b94,node_agent_mmd_orchestration_layer_orchestration_scaf_c9a90c2f,node_agent_mmd_tool_layer_toollayer_scaffold_environm_c1afc013,node_agent_mmd_memory_vector_layer_memorylayer_scaffo_12b42341,node_agent_mmd_orchestration_layer_orchestration_scaf_ff8f92f6,node_agent_mmd_memory_vector_layer_memorylayer_scaffo_a86eece1,types_15_86775c96,node_agent_mmd_orchestration_layer_orchestration_clas_899b821a,node_agent_mmd_memory_vector_layer_memorylayer_classi_1ebbf5ff,control_plane_core_db3b4cb2,metrics_capture_core_db4bf7cf,registries_06402afa,lifecycle_intent_test_fixtures_a53c7ada,node_agent_mmd_orchestration_layer_orchestration_tool_cc43149f,node_agent_mmd_tool_layer_toollayer_tooling_baseline__61e66e9f,node_agent_mmd_memory_vector_layer_memorylayer_toolin_14f86b00,add_cli_7614de25,brain_validator_be251832,cli_args_8_d546936e,cli_types_1686e858,cli_9_b54c1407,domain_mapper_cd9333d2,help_106a5842,lint_attachments_873c0632,lint_checks_83522b19,lint_cli_9ec62ec0,lint_pages_e33301d0,lint_types_2862c255,metadata_scanner_6a101b66,preflight_cli_5d148379,query_cli_b95be64d,stale_cli_64548720,status_cli_4c24a0d6,node_agent_mmd_orchestration_layer_orchestration_sugg_85c5ebe3,node_agent_mmd_memory_vector_layer_memorylayer_sugges_267f408d,node_agent_mmd_orchestration_layer_orchestration_prom_77088997,node_agent_mmd_llm_model_layer_llmlayer_prompt_contex_e5066b88,node_agent_mmd_tool_layer_toollayer_prompt_context_dr_bd82da46,node_agent_mmd_memory_vector_layer_memorylayer_prompt_efd77624,orchestrator_11376b7e,eval_runner_0966a6b3,runtime_card_trace_64a5ca95,runtime_evidence_contract_0f7b15b2,analysis_f44e85c4,runner_527aa9f4,verify_work_1_cd8e7ec3,cli_args_14_3481043e,runner_1_6f281bf8,orchestrator_core_d0678b53,orchestrator_1_6b7137c5 agentNode
  classDef llmNode fill:#555,color:#fff
-   class node_agent_mmd_orchestration_layer_orchestration_chec_7a9f0b64,node_agent_mmd_llm_model_layer_llmlayer_check_codex_a_29e7b7fa,node_agent_mmd_tool_layer_toollayer_check_codex_agent_4b361d5a,node_agent_mmd_orchestration_layer_orchestration_chec_7fd47f5c,node_agent_mmd_llm_model_layer_llmlayer_check_steerin_0e1bf90d,node_agent_mmd_tool_layer_toollayer_check_steering_fe_eafecf3a,node_agent_mmd_memory_vector_layer_memorylayer_check__64c86928,node_agent_mmd_orchestration_layer_orchestration_run__18817957,node_agent_mmd_llm_model_layer_llmlayer_run_harness_e_603fcfdc,node_agent_mmd_tool_layer_toollayer_run_harness_evals_e2ee24f1,validate_decision_request_2e5c325e,validate_goal_completion_audit_receipt_100d252c,node_agent_mmd_orchestration_layer_orchestration_vali_c01b04be,node_agent_mmd_llm_model_layer_llmlayer_validate_pack_2a12e1f4,node_agent_mmd_tool_layer_toollayer_validate_packaged_2855c827,node_agent_mmd_llm_model_layer_llmlayer_validate_prom_9880f764,node_agent_mmd_memory_vector_layer_memorylayer_valida_c52c4db8,validate_reviewer_coverage_251efee3,check_environment_core_2c16213f,node_agent_mmd_llm_model_layer_llmlayer_context_conte_ad2dfbd9,node_agent_mmd_memory_vector_layer_memorylayer_contex_78ceaaa9,node_agent_mmd_llm_model_layer_llmlayer_index_context_1041bd11,node_agent_mmd_memory_vector_layer_memorylayer_index__6f3402d0,prompt_gate_c5e9d207,node_agent_mmd_orchestration_layer_orchestration_reme_359fe98f,node_agent_mmd_llm_model_layer_llmlayer_remediate_run_9e3d4585,node_agent_mmd_tool_layer_toollayer_remediate_runner__c003b871,node_agent_mmd_llm_model_layer_llmlayer_search_search_66b9a911,node_agent_mmd_memory_vector_layer_memorylayer_search_ac35cb7e,node_agent_mmd_orchestration_layer_orchestration_cont_61b3b9c9,node_agent_mmd_llm_model_layer_llmlayer_context_healt_cfc0bfa8,node_agent_mmd_memory_vector_layer_memorylayer_contex_3204aa0e,node_agent_mmd_orchestration_layer_orchestration_comm_1f8cc24c,node_agent_mmd_llm_model_layer_llmlayer_command_specs_782af9fa,node_agent_mmd_memory_vector_layer_memorylayer_comman_111eb454,prompt_gate_command_spec_9a941482,node_agent_mmd_llm_model_layer_llmlayer_constants_con_c9bd3f6c,node_agent_mmd_memory_vector_layer_memorylayer_consta_702d3f46,node_agent_mmd_llm_model_layer_llmlayer_index_index_1_02e160ff,node_agent_mmd_memory_vector_layer_memorylayer_index__752bc61e,node_agent_mmd_llm_model_layer_llmlayer_indexer_index_4f4deef5,node_agent_mmd_memory_vector_layer_memorylayer_indexe_93e6d86f,node_agent_mmd_llm_model_layer_llmlayer_ollama_ollama_968b23fa,node_agent_mmd_memory_vector_layer_memorylayer_ollama_6d51be16,node_agent_mmd_llm_model_layer_llmlayer_sync_contract_9f3cc8c1,node_agent_mmd_memory_vector_layer_memorylayer_sync_c_e43418bc,north_star_validators_cfc926ce,hilt_boundary_9b36fb15,types_9_1db4641f,goal_completion_audit_receipt_validation_9d0f4891,goal_completion_audit_receipt_5e4939c3,index_4_013aa0e3,node_agent_mmd_tool_layer_toollayer_constants_constan_9d71b829,types_16_0fae1112,sensitive_text_7c11f760,pr_template_validator_rules_20a32d6b,node_agent_mmd_orchestration_layer_orchestration_prom_d17b4de2,node_agent_mmd_llm_model_layer_llmlayer_prompt_contex_81f9066a,node_agent_mmd_tool_layer_toollayer_prompt_context_dr_a2772f2b,node_agent_mmd_memory_vector_layer_memorylayer_prompt_ae34fc43,node_agent_mmd_llm_model_layer_llmlayer_prompt_contex_6426acc2,node_agent_mmd_memory_vector_layer_memorylayer_prompt_55c0d605,cli_args_9_9c136878,cli_10_35dc8cbd,sections_4697ef32,types_26_a5814179,validator_6_3688adbf,cli_args_10_861cdd3f llmNode
+   class node_agent_mmd_orchestration_layer_orchestration_chec_7a9f0b64,node_agent_mmd_llm_model_layer_llmlayer_check_codex_a_29e7b7fa,node_agent_mmd_tool_layer_toollayer_check_codex_agent_4b361d5a,node_agent_mmd_orchestration_layer_orchestration_chec_7fd47f5c,node_agent_mmd_llm_model_layer_llmlayer_check_steerin_0e1bf90d,node_agent_mmd_tool_layer_toollayer_check_steering_fe_eafecf3a,node_agent_mmd_memory_vector_layer_memorylayer_check__64c86928,node_agent_mmd_orchestration_layer_orchestration_run__18817957,node_agent_mmd_llm_model_layer_llmlayer_run_harness_e_603fcfdc,node_agent_mmd_tool_layer_toollayer_run_harness_evals_e2ee24f1,validate_decision_request_2e5c325e,validate_goal_completion_audit_receipt_100d252c,node_agent_mmd_orchestration_layer_orchestration_vali_c01b04be,node_agent_mmd_llm_model_layer_llmlayer_validate_pack_2a12e1f4,node_agent_mmd_tool_layer_toollayer_validate_packaged_2855c827,node_agent_mmd_llm_model_layer_llmlayer_validate_prom_9880f764,node_agent_mmd_memory_vector_layer_memorylayer_valida_c52c4db8,validate_reviewer_coverage_251efee3,check_environment_core_2c16213f,node_agent_mmd_llm_model_layer_llmlayer_context_conte_ad2dfbd9,node_agent_mmd_memory_vector_layer_memorylayer_contex_78ceaaa9,node_agent_mmd_llm_model_layer_llmlayer_index_context_1041bd11,node_agent_mmd_memory_vector_layer_memorylayer_index__6f3402d0,prompt_gate_c5e9d207,node_agent_mmd_orchestration_layer_orchestration_reme_359fe98f,node_agent_mmd_llm_model_layer_llmlayer_remediate_run_9e3d4585,node_agent_mmd_tool_layer_toollayer_remediate_runner__c003b871,node_agent_mmd_llm_model_layer_llmlayer_search_search_66b9a911,node_agent_mmd_memory_vector_layer_memorylayer_search_ac35cb7e,node_agent_mmd_orchestration_layer_orchestration_cont_61b3b9c9,node_agent_mmd_llm_model_layer_llmlayer_context_healt_cfc0bfa8,node_agent_mmd_memory_vector_layer_memorylayer_contex_3204aa0e,node_agent_mmd_orchestration_layer_orchestration_comm_1f8cc24c,node_agent_mmd_llm_model_layer_llmlayer_command_specs_782af9fa,node_agent_mmd_memory_vector_layer_memorylayer_comman_111eb454,prompt_gate_command_spec_9a941482,node_agent_mmd_llm_model_layer_llmlayer_constants_con_c9bd3f6c,node_agent_mmd_memory_vector_layer_memorylayer_consta_702d3f46,node_agent_mmd_llm_model_layer_llmlayer_index_index_1_02e160ff,node_agent_mmd_memory_vector_layer_memorylayer_index__752bc61e,node_agent_mmd_llm_model_layer_llmlayer_indexer_index_4f4deef5,node_agent_mmd_memory_vector_layer_memorylayer_indexe_93e6d86f,node_agent_mmd_llm_model_layer_llmlayer_ollama_ollama_968b23fa,node_agent_mmd_memory_vector_layer_memorylayer_ollama_6d51be16,node_agent_mmd_llm_model_layer_llmlayer_sync_contract_9f3cc8c1,node_agent_mmd_memory_vector_layer_memorylayer_sync_c_e43418bc,north_star_validators_cfc926ce,hilt_boundary_9b36fb15,types_9_1db4641f,goal_completion_audit_receipt_validation_9d0f4891,goal_completion_audit_receipt_5e4939c3,index_4_013aa0e3,node_agent_mmd_tool_layer_toollayer_constants_constan_9d71b829,types_16_0fae1112,sensitive_text_7c11f760,pr_template_validator_rules_20a32d6b,node_agent_mmd_llm_model_layer_llmlayer_prompt_contex_9683b128,node_agent_mmd_tool_layer_toollayer_prompt_context_dr_801c86ff,node_agent_mmd_memory_vector_layer_memorylayer_prompt_84937d91,node_agent_mmd_orchestration_layer_orchestration_prom_77088997,node_agent_mmd_llm_model_layer_llmlayer_prompt_contex_e5066b88,node_agent_mmd_tool_layer_toollayer_prompt_context_dr_bd82da46,node_agent_mmd_memory_vector_layer_memorylayer_prompt_efd77624,node_agent_mmd_llm_model_layer_llmlayer_prompt_contex_6426acc2,node_agent_mmd_memory_vector_layer_memorylayer_prompt_55c0d605,cli_args_9_9c136878,cli_10_35dc8cbd,sections_4697ef32,types_26_a5814179,validator_6_3688adbf,cli_args_10_861cdd3f llmNode
  classDef toolNode fill:#555,color:#fff
-   class node_agent_mmd_orchestration_layer_orchestration_chec_7a9f0b64,node_agent_mmd_llm_model_layer_llmlayer_check_codex_a_29e7b7fa,node_agent_mmd_tool_layer_toollayer_check_codex_agent_4b361d5a,node_agent_mmd_orchestration_layer_orchestration_chec_7fd47f5c,node_agent_mmd_llm_model_layer_llmlayer_check_steerin_0e1bf90d,node_agent_mmd_tool_layer_toollayer_check_steering_fe_eafecf3a,node_agent_mmd_memory_vector_layer_memorylayer_check__64c86928,node_agent_mmd_orchestration_layer_orchestration_run__18817957,node_agent_mmd_llm_model_layer_llmlayer_run_harness_e_603fcfdc,node_agent_mmd_tool_layer_toollayer_run_harness_evals_e2ee24f1,validate_action_review_receipt_fa2f06c3,node_agent_mmd_orchestration_layer_orchestration_vali_c01b04be,node_agent_mmd_llm_model_layer_llmlayer_validate_pack_2a12e1f4,node_agent_mmd_tool_layer_toollayer_validate_packaged_2855c827,validate_replay_packet_f309747e,node_agent_mmd_tool_layer_toollayer_ci_migrate_core_c_049f8460,node_agent_mmd_memory_vector_layer_memorylayer_ci_mig_0cd5b1a4,doctor_checks_5a2eb2b9,doctor_github_tool_checks_a53b0382,doctor_tool_checks_4acac51a,next_blocked_decisions_4140ad2b,policy_gate_213f7313,remediate_cli_output_cc165396,node_agent_mmd_orchestration_layer_orchestration_reme_359fe98f,node_agent_mmd_llm_model_layer_llmlayer_remediate_run_9e3d4585,node_agent_mmd_tool_layer_toollayer_remediate_runner__c003b871,node_agent_mmd_tool_layer_toollayer_review_gate_core__7704598b,node_agent_mmd_memory_vector_layer_memorylayer_review_5bee9816,index_1bc04b52,types_1_4ecdf56e,validation_constants_e002a0f6,validation_98c41dcd,node_agent_mmd_orchestration_layer_orchestration_chec_0550c395,node_agent_mmd_tool_layer_toollayer_checker_checker_2_453d593b,node_agent_mmd_memory_vector_layer_memorylayer_checke_a583eb4f,cli_args_1_6144b055,node_agent_mmd_orchestration_layer_orchestration_comm_6e41a7f7,node_agent_mmd_tool_layer_toollayer_command_capabilit_7fe13db1,node_agent_mmd_tool_layer_toollayer_command_capabilit_e97a4615,node_agent_mmd_memory_vector_layer_memorylayer_comman_c72a5d05,linear_command_actions_e430f4f4,node_agent_mmd_orchestration_layer_orchestration_line_b67affd5,node_agent_mmd_tool_layer_toollayer_linear_command_ru_d6763748,node_agent_mmd_orchestration_layer_orchestration_poli_3270b55d,node_agent_mmd_tool_layer_toollayer_policy_validators_af136abf,node_agent_mmd_memory_vector_layer_memorylayer_policy_1944de42,node_agent_mmd_orchestration_layer_orchestration_type_7cf81261,node_agent_mmd_tool_layer_toollayer_types_core_types__6c8319b6,node_agent_mmd_memory_vector_layer_memorylayer_types__83f369fa,node_agent_mmd_orchestration_layer_orchestration_vali_d9fe99e6,node_agent_mmd_tool_layer_toollayer_validator_core_va_6ef6131f,node_agent_mmd_memory_vector_layer_memorylayer_valida_41034356,validator_helpers_7b927667,node_agent_mmd_orchestration_layer_orchestration_he_p_fc778c24,node_agent_mmd_tool_layer_toollayer_he_phase_exit_cor_af016160,ralph_runtime_73d63c0e,observed_skill_usage_ed7d5930,closure_evidence_aaa31467,pr_creator_dc6b1ea4,client_948fe603,init_output_360dce91,scaffold_ci_templates_2afd6392,scaffold_codex_environment_templates_334fbbed,scaffold_config_templates_4b80ce53,node_agent_mmd_orchestration_layer_orchestration_scaf_c9a90c2f,node_agent_mmd_tool_layer_toollayer_scaffold_environm_c1afc013,node_agent_mmd_memory_vector_layer_memorylayer_scaffo_12b42341,scaffold_github_actions_pr_pipeline_renderer_1ee18de5,scaffold_github_actions_pr_pipeline_template_e2b85f62,scaffold_release_private_npm_template_075499f8,node_agent_mmd_llm_model_layer_llmlayer_constants_con_c9bd3f6c,node_agent_mmd_tool_layer_toollayer_constants_constan_9d71b829,index_8_6f0f20ec,validation_common_6161e48b,node_agent_mmd_tool_layer_toollayer_cli_cli_2_1_32d9eeaf,node_agent_mmd_memory_vector_layer_memorylayer_cli_cl_1f1f89ab,node_agent_mmd_tool_layer_toollayer_metrics_tracker_m_4c9237d8,node_agent_mmd_memory_vector_layer_memorylayer_metric_12562178,normalise_renderer_85f2e563,evaluation_engine_core_e054fe49,node_agent_mmd_orchestration_layer_orchestration_tool_cc43149f,node_agent_mmd_tool_layer_toollayer_tooling_baseline__61e66e9f,node_agent_mmd_memory_vector_layer_memorylayer_toolin_14f86b00,node_agent_mmd_orchestration_layer_orchestration_prom_d17b4de2,node_agent_mmd_llm_model_layer_llmlayer_prompt_contex_81f9066a,node_agent_mmd_tool_layer_toollayer_prompt_context_dr_a2772f2b,node_agent_mmd_memory_vector_layer_memorylayer_prompt_ae34fc43,replay_packet_a1293f88,index_13_97df39c8,review_lifecycle_contract_e5447221,review_lifecycle_89afa64c,node_agent_mmd_tool_layer_toollayer_runtime_card_code_3636ceac,node_agent_mmd_memory_vector_layer_memorylayer_runtim_a5d23e7f,runtime_card_codex_runtime_0655e230,runtime_evidence_bundle_d471a232,types_35_93e66c64,index_16_373c8a49,projection_1b250ea1,types_37_32ccf9f9,validation_7_c4e6d8b6 toolNode
+   class node_agent_mmd_orchestration_layer_orchestration_chec_7a9f0b64,node_agent_mmd_llm_model_layer_llmlayer_check_codex_a_29e7b7fa,node_agent_mmd_tool_layer_toollayer_check_codex_agent_4b361d5a,node_agent_mmd_orchestration_layer_orchestration_chec_7fd47f5c,node_agent_mmd_llm_model_layer_llmlayer_check_steerin_0e1bf90d,node_agent_mmd_tool_layer_toollayer_check_steering_fe_eafecf3a,node_agent_mmd_memory_vector_layer_memorylayer_check__64c86928,node_agent_mmd_orchestration_layer_orchestration_run__18817957,node_agent_mmd_llm_model_layer_llmlayer_run_harness_e_603fcfdc,node_agent_mmd_tool_layer_toollayer_run_harness_evals_e2ee24f1,validate_action_review_receipt_fa2f06c3,node_agent_mmd_orchestration_layer_orchestration_vali_c01b04be,node_agent_mmd_llm_model_layer_llmlayer_validate_pack_2a12e1f4,node_agent_mmd_tool_layer_toollayer_validate_packaged_2855c827,validate_replay_packet_f309747e,node_agent_mmd_tool_layer_toollayer_ci_migrate_core_c_049f8460,node_agent_mmd_memory_vector_layer_memorylayer_ci_mig_0cd5b1a4,doctor_checks_5a2eb2b9,doctor_github_tool_checks_a53b0382,doctor_tool_checks_4acac51a,next_blocked_decisions_4140ad2b,policy_gate_213f7313,remediate_cli_output_cc165396,node_agent_mmd_orchestration_layer_orchestration_reme_359fe98f,node_agent_mmd_llm_model_layer_llmlayer_remediate_run_9e3d4585,node_agent_mmd_tool_layer_toollayer_remediate_runner__c003b871,node_agent_mmd_tool_layer_toollayer_review_gate_core__7704598b,node_agent_mmd_memory_vector_layer_memorylayer_review_5bee9816,index_1bc04b52,types_1_4ecdf56e,validation_constants_e002a0f6,validation_98c41dcd,node_agent_mmd_orchestration_layer_orchestration_chec_0550c395,node_agent_mmd_tool_layer_toollayer_checker_checker_2_453d593b,node_agent_mmd_memory_vector_layer_memorylayer_checke_a583eb4f,cli_args_1_6144b055,node_agent_mmd_orchestration_layer_orchestration_comm_6e41a7f7,node_agent_mmd_tool_layer_toollayer_command_capabilit_7fe13db1,node_agent_mmd_tool_layer_toollayer_command_capabilit_e97a4615,node_agent_mmd_memory_vector_layer_memorylayer_comman_c72a5d05,linear_command_actions_e430f4f4,node_agent_mmd_orchestration_layer_orchestration_line_b67affd5,node_agent_mmd_tool_layer_toollayer_linear_command_ru_d6763748,node_agent_mmd_orchestration_layer_orchestration_poli_3270b55d,node_agent_mmd_tool_layer_toollayer_policy_validators_af136abf,node_agent_mmd_memory_vector_layer_memorylayer_policy_1944de42,node_agent_mmd_orchestration_layer_orchestration_type_7cf81261,node_agent_mmd_tool_layer_toollayer_types_core_types__6c8319b6,node_agent_mmd_memory_vector_layer_memorylayer_types__83f369fa,node_agent_mmd_orchestration_layer_orchestration_vali_d9fe99e6,node_agent_mmd_tool_layer_toollayer_validator_core_va_6ef6131f,node_agent_mmd_memory_vector_layer_memorylayer_valida_41034356,validator_helpers_7b927667,node_agent_mmd_orchestration_layer_orchestration_he_p_fc778c24,node_agent_mmd_tool_layer_toollayer_he_phase_exit_cor_af016160,ralph_runtime_73d63c0e,observed_skill_usage_ed7d5930,closure_evidence_aaa31467,pr_creator_dc6b1ea4,client_948fe603,init_output_360dce91,scaffold_ci_templates_2afd6392,scaffold_codex_environment_templates_334fbbed,scaffold_config_templates_4b80ce53,node_agent_mmd_orchestration_layer_orchestration_scaf_c9a90c2f,node_agent_mmd_tool_layer_toollayer_scaffold_environm_c1afc013,node_agent_mmd_memory_vector_layer_memorylayer_scaffo_12b42341,scaffold_github_actions_pr_pipeline_renderer_1ee18de5,scaffold_github_actions_pr_pipeline_template_e2b85f62,scaffold_release_private_npm_template_075499f8,node_agent_mmd_llm_model_layer_llmlayer_constants_con_c9bd3f6c,node_agent_mmd_tool_layer_toollayer_constants_constan_9d71b829,index_8_6f0f20ec,validation_common_6161e48b,node_agent_mmd_tool_layer_toollayer_cli_cli_2_1_32d9eeaf,node_agent_mmd_memory_vector_layer_memorylayer_cli_cl_1f1f89ab,node_agent_mmd_tool_layer_toollayer_metrics_tracker_m_4c9237d8,node_agent_mmd_memory_vector_layer_memorylayer_metric_12562178,normalise_renderer_85f2e563,evaluation_engine_core_e054fe49,node_agent_mmd_orchestration_layer_orchestration_tool_cc43149f,node_agent_mmd_tool_layer_toollayer_tooling_baseline__61e66e9f,node_agent_mmd_memory_vector_layer_memorylayer_toolin_14f86b00,node_agent_mmd_llm_model_layer_llmlayer_prompt_contex_9683b128,node_agent_mmd_tool_layer_toollayer_prompt_context_dr_801c86ff,node_agent_mmd_memory_vector_layer_memorylayer_prompt_84937d91,node_agent_mmd_orchestration_layer_orchestration_prom_77088997,node_agent_mmd_llm_model_layer_llmlayer_prompt_contex_e5066b88,node_agent_mmd_tool_layer_toollayer_prompt_context_dr_bd82da46,node_agent_mmd_memory_vector_layer_memorylayer_prompt_efd77624,replay_packet_a1293f88,index_13_97df39c8,review_lifecycle_contract_e5447221,review_lifecycle_89afa64c,node_agent_mmd_tool_layer_toollayer_runtime_card_code_3636ceac,node_agent_mmd_memory_vector_layer_memorylayer_runtim_a5d23e7f,runtime_card_codex_runtime_0655e230,runtime_evidence_bundle_d471a232,types_35_93e66c64,index_16_373c8a49,projection_1b250ea1,types_37_32ccf9f9,validation_7_c4e6d8b6 toolNode
  classDef memNode fill:#555,color:#fff
-   class node_agent_mmd_orchestration_layer_orchestration_chec_7fd47f5c,node_agent_mmd_llm_model_layer_llmlayer_check_steerin_0e1bf90d,node_agent_mmd_tool_layer_toollayer_check_steering_fe_eafecf3a,node_agent_mmd_memory_vector_layer_memorylayer_check__64c86928,normalize_workflow_contracts_8701f1c8,sync_codex_preflight_7e7a8dc2,test_harness_upgrade_matrix_84113c4e,node_agent_mmd_llm_model_layer_llmlayer_validate_prom_9880f764,node_agent_mmd_memory_vector_layer_memorylayer_valida_c52c4db8,validate_runtime_packet_schemas_bc3ba8ec,validate_workflow_contracts_33dc063c,branch_protect_core_a8feb0fd,node_agent_mmd_tool_layer_toollayer_ci_migrate_core_c_049f8460,node_agent_mmd_memory_vector_layer_memorylayer_ci_mig_0cd5b1a4,context_health_80bb7da9,node_agent_mmd_llm_model_layer_llmlayer_context_conte_ad2dfbd9,node_agent_mmd_memory_vector_layer_memorylayer_contex_78ceaaa9,docs_gate_core_eb9b6c18,node_agent_mmd_llm_model_layer_llmlayer_index_context_1041bd11,node_agent_mmd_memory_vector_layer_memorylayer_index__6f3402d0,local_memory_preflight_dcc36c42,memory_gate_a577a506,pattern_scope_siblings_43abe000,review_context_ca6cf81d,node_agent_mmd_tool_layer_toollayer_review_gate_core__7704598b,node_agent_mmd_memory_vector_layer_memorylayer_review_5bee9816,node_agent_mmd_llm_model_layer_llmlayer_search_search_66b9a911,node_agent_mmd_memory_vector_layer_memorylayer_search_ac35cb7e,session_context_e5ec72c0,node_agent_mmd_orchestration_layer_orchestration_tool_acfe0c01,node_agent_mmd_memory_vector_layer_memorylayer_toolin_a1185b8f,run_local_memory_preflight_36e92808,node_agent_mmd_orchestration_layer_orchestration_chec_0550c395,node_agent_mmd_tool_layer_toollayer_checker_checker_2_453d593b,node_agent_mmd_memory_vector_layer_memorylayer_checke_a583eb4f,node_agent_mmd_orchestration_layer_orchestration_cont_61b3b9c9,node_agent_mmd_llm_model_layer_llmlayer_context_healt_cfc0bfa8,node_agent_mmd_memory_vector_layer_memorylayer_contex_3204aa0e,node_agent_mmd_orchestration_layer_orchestration_type_4f906dcc,node_agent_mmd_memory_vector_layer_memorylayer_types__9ad640a0,branch_protect_sync_570adb18,node_agent_mmd_tool_layer_toollayer_command_capabilit_e97a4615,node_agent_mmd_memory_vector_layer_memorylayer_comman_c72a5d05,node_agent_mmd_orchestration_layer_orchestration_comm_1f8cc24c,node_agent_mmd_llm_model_layer_llmlayer_command_specs_782af9fa,node_agent_mmd_memory_vector_layer_memorylayer_comman_111eb454,local_memory_preflight_command_spec_9e23f3ce,memory_gate_command_spec_dc9001a9,review_gate_command_spec_3187376a,session_context_command_spec_973afbb1,node_agent_mmd_llm_model_layer_llmlayer_constants_con_c9bd3f6c,node_agent_mmd_memory_vector_layer_memorylayer_consta_702d3f46,context_compact_policy_3dcaf95d,node_agent_mmd_llm_model_layer_llmlayer_index_index_1_02e160ff,node_agent_mmd_memory_vector_layer_memorylayer_index__752bc61e,node_agent_mmd_llm_model_layer_llmlayer_indexer_index_4f4deef5,node_agent_mmd_memory_vector_layer_memorylayer_indexe_93e6d86f,init_error_5c7dd49f,lexical_fallback_723e2b3e,node_agent_mmd_llm_model_layer_llmlayer_ollama_ollama_968b23fa,node_agent_mmd_memory_vector_layer_memorylayer_ollama_6d51be16,rollout_a4fa034c,sources_878a52fc,store_824d80d7,node_agent_mmd_llm_model_layer_llmlayer_sync_contract_9f3cc8c1,node_agent_mmd_memory_vector_layer_memorylayer_sync_c_e43418bc,types_7_2f1ed65e,harness_run_context_ac7c77a9,index_3_7e40d474,json_schema_core_96d7e328,node_agent_mmd_orchestration_layer_orchestration_poli_3270b55d,node_agent_mmd_tool_layer_toollayer_policy_validators_af136abf,node_agent_mmd_memory_vector_layer_memorylayer_policy_1944de42,node_agent_mmd_orchestration_layer_orchestration_type_7cf81261,node_agent_mmd_tool_layer_toollayer_types_core_types__6c8319b6,node_agent_mmd_memory_vector_layer_memorylayer_types__83f369fa,node_agent_mmd_orchestration_layer_orchestration_vali_d9fe99e6,node_agent_mmd_tool_layer_toollayer_validator_core_va_6ef6131f,node_agent_mmd_memory_vector_layer_memorylayer_valida_41034356,node_agent_mmd_orchestration_layer_orchestration_init_2a9c3ecb,node_agent_mmd_memory_vector_layer_memorylayer_init_m_333d02c5,node_agent_mmd_orchestration_layer_orchestration_proj_6ab6f60f,node_agent_mmd_memory_vector_layer_memorylayer_projec_3ae304d9,scaffold_diagram_templates_dd88e83c,node_agent_mmd_orchestration_layer_orchestration_scaf_12cc07db,node_agent_mmd_memory_vector_layer_memorylayer_scaffo_5fd73b94,node_agent_mmd_orchestration_layer_orchestration_scaf_c9a90c2f,node_agent_mmd_tool_layer_toollayer_scaffold_environm_c1afc013,node_agent_mmd_memory_vector_layer_memorylayer_scaffo_12b42341,scaffold_root_command_templates_404fed7f,scaffold_script_template_registry_69312d4e,scaffold_shell_templates_0ad0f915,scaffold_surfaces_12d6494e,node_agent_mmd_orchestration_layer_orchestration_scaf_ff8f92f6,node_agent_mmd_memory_vector_layer_memorylayer_scaffo_a86eece1,scaffold_workflow_template_92310587,eval_seed_5699fd3e,index_9_32dd4d91,review_context_1_e3afed15,memory_gate_1_265164ac,branch_enforcer_acb749cd,cli_args_5_09ea29f0,node_agent_mmd_tool_layer_toollayer_cli_cli_2_1_32d9eeaf,node_agent_mmd_memory_vector_layer_memorylayer_cli_cl_1f1f89ab,node_agent_mmd_tool_layer_toollayer_metrics_tracker_m_4c9237d8,node_agent_mmd_memory_vector_layer_memorylayer_metric_12562178,types_18_37582e2a,validator_4_5180cf23,node_agent_mmd_orchestration_layer_orchestration_clas_899b821a,node_agent_mmd_memory_vector_layer_memorylayer_classi_1ebbf5ff,node_agent_mmd_orchestration_layer_orchestration_tool_cc43149f,node_agent_mmd_tool_layer_toollayer_tooling_baseline__61e66e9f,node_agent_mmd_memory_vector_layer_memorylayer_toolin_14f86b00,claim_helpers_20dc8387,types_23_4352ee2e,local_memory_smoke_1175abfc,local_memory_0db17ecc,performance_overload_c685bfcf,node_agent_mmd_orchestration_layer_orchestration_sugg_85c5ebe3,node_agent_mmd_memory_vector_layer_memorylayer_sugges_267f408d,node_agent_mmd_orchestration_layer_orchestration_prom_d17b4de2,node_agent_mmd_llm_model_layer_llmlayer_prompt_contex_81f9066a,node_agent_mmd_tool_layer_toollayer_prompt_context_dr_a2772f2b,node_agent_mmd_memory_vector_layer_memorylayer_prompt_ae34fc43,node_agent_mmd_llm_model_layer_llmlayer_prompt_contex_6426acc2,node_agent_mmd_memory_vector_layer_memorylayer_prompt_55c0d605,types_30_424b976c,policy_1_fc4198db,node_agent_mmd_tool_layer_toollayer_runtime_card_code_3636ceac,node_agent_mmd_memory_vector_layer_memorylayer_runtim_a5d23e7f,cli_11_338a8415,collector_0736fd5b,types_33_16e22a82,overload_guard_2748c559 memNode
+   class node_agent_mmd_orchestration_layer_orchestration_chec_7fd47f5c,node_agent_mmd_llm_model_layer_llmlayer_check_steerin_0e1bf90d,node_agent_mmd_tool_layer_toollayer_check_steering_fe_eafecf3a,node_agent_mmd_memory_vector_layer_memorylayer_check__64c86928,normalize_workflow_contracts_8701f1c8,sync_codex_preflight_7e7a8dc2,test_harness_upgrade_matrix_84113c4e,node_agent_mmd_llm_model_layer_llmlayer_validate_prom_9880f764,node_agent_mmd_memory_vector_layer_memorylayer_valida_c52c4db8,validate_runtime_packet_schemas_bc3ba8ec,validate_workflow_contracts_33dc063c,branch_protect_core_a8feb0fd,node_agent_mmd_tool_layer_toollayer_ci_migrate_core_c_049f8460,node_agent_mmd_memory_vector_layer_memorylayer_ci_mig_0cd5b1a4,context_health_80bb7da9,node_agent_mmd_llm_model_layer_llmlayer_context_conte_ad2dfbd9,node_agent_mmd_memory_vector_layer_memorylayer_contex_78ceaaa9,docs_gate_core_eb9b6c18,node_agent_mmd_llm_model_layer_llmlayer_index_context_1041bd11,node_agent_mmd_memory_vector_layer_memorylayer_index__6f3402d0,local_memory_preflight_dcc36c42,memory_gate_a577a506,pattern_scope_siblings_43abe000,review_context_ca6cf81d,node_agent_mmd_tool_layer_toollayer_review_gate_core__7704598b,node_agent_mmd_memory_vector_layer_memorylayer_review_5bee9816,node_agent_mmd_llm_model_layer_llmlayer_search_search_66b9a911,node_agent_mmd_memory_vector_layer_memorylayer_search_ac35cb7e,session_context_e5ec72c0,node_agent_mmd_orchestration_layer_orchestration_tool_acfe0c01,node_agent_mmd_memory_vector_layer_memorylayer_toolin_a1185b8f,run_local_memory_preflight_36e92808,node_agent_mmd_orchestration_layer_orchestration_chec_0550c395,node_agent_mmd_tool_layer_toollayer_checker_checker_2_453d593b,node_agent_mmd_memory_vector_layer_memorylayer_checke_a583eb4f,node_agent_mmd_orchestration_layer_orchestration_cont_61b3b9c9,node_agent_mmd_llm_model_layer_llmlayer_context_healt_cfc0bfa8,node_agent_mmd_memory_vector_layer_memorylayer_contex_3204aa0e,node_agent_mmd_orchestration_layer_orchestration_type_4f906dcc,node_agent_mmd_memory_vector_layer_memorylayer_types__9ad640a0,branch_protect_sync_570adb18,node_agent_mmd_tool_layer_toollayer_command_capabilit_e97a4615,node_agent_mmd_memory_vector_layer_memorylayer_comman_c72a5d05,node_agent_mmd_orchestration_layer_orchestration_comm_1f8cc24c,node_agent_mmd_llm_model_layer_llmlayer_command_specs_782af9fa,node_agent_mmd_memory_vector_layer_memorylayer_comman_111eb454,local_memory_preflight_command_spec_9e23f3ce,memory_gate_command_spec_dc9001a9,review_gate_command_spec_3187376a,session_context_command_spec_973afbb1,node_agent_mmd_llm_model_layer_llmlayer_constants_con_c9bd3f6c,node_agent_mmd_memory_vector_layer_memorylayer_consta_702d3f46,context_compact_policy_3dcaf95d,node_agent_mmd_llm_model_layer_llmlayer_index_index_1_02e160ff,node_agent_mmd_memory_vector_layer_memorylayer_index__752bc61e,node_agent_mmd_llm_model_layer_llmlayer_indexer_index_4f4deef5,node_agent_mmd_memory_vector_layer_memorylayer_indexe_93e6d86f,init_error_5c7dd49f,lexical_fallback_723e2b3e,node_agent_mmd_llm_model_layer_llmlayer_ollama_ollama_968b23fa,node_agent_mmd_memory_vector_layer_memorylayer_ollama_6d51be16,rollout_a4fa034c,sources_878a52fc,store_824d80d7,node_agent_mmd_llm_model_layer_llmlayer_sync_contract_9f3cc8c1,node_agent_mmd_memory_vector_layer_memorylayer_sync_c_e43418bc,types_7_2f1ed65e,harness_run_context_ac7c77a9,index_3_7e40d474,json_schema_core_96d7e328,node_agent_mmd_orchestration_layer_orchestration_poli_3270b55d,node_agent_mmd_tool_layer_toollayer_policy_validators_af136abf,node_agent_mmd_memory_vector_layer_memorylayer_policy_1944de42,node_agent_mmd_orchestration_layer_orchestration_type_7cf81261,node_agent_mmd_tool_layer_toollayer_types_core_types__6c8319b6,node_agent_mmd_memory_vector_layer_memorylayer_types__83f369fa,node_agent_mmd_orchestration_layer_orchestration_vali_d9fe99e6,node_agent_mmd_tool_layer_toollayer_validator_core_va_6ef6131f,node_agent_mmd_memory_vector_layer_memorylayer_valida_41034356,node_agent_mmd_orchestration_layer_orchestration_init_2a9c3ecb,node_agent_mmd_memory_vector_layer_memorylayer_init_m_333d02c5,node_agent_mmd_orchestration_layer_orchestration_proj_6ab6f60f,node_agent_mmd_memory_vector_layer_memorylayer_projec_3ae304d9,scaffold_diagram_templates_dd88e83c,node_agent_mmd_orchestration_layer_orchestration_scaf_12cc07db,node_agent_mmd_memory_vector_layer_memorylayer_scaffo_5fd73b94,node_agent_mmd_orchestration_layer_orchestration_scaf_c9a90c2f,node_agent_mmd_tool_layer_toollayer_scaffold_environm_c1afc013,node_agent_mmd_memory_vector_layer_memorylayer_scaffo_12b42341,scaffold_root_command_templates_404fed7f,scaffold_script_template_registry_69312d4e,scaffold_shell_templates_0ad0f915,scaffold_surfaces_12d6494e,node_agent_mmd_orchestration_layer_orchestration_scaf_ff8f92f6,node_agent_mmd_memory_vector_layer_memorylayer_scaffo_a86eece1,scaffold_workflow_template_92310587,eval_seed_5699fd3e,index_9_32dd4d91,review_context_1_e3afed15,memory_gate_1_265164ac,branch_enforcer_acb749cd,cli_args_5_09ea29f0,node_agent_mmd_tool_layer_toollayer_cli_cli_2_1_32d9eeaf,node_agent_mmd_memory_vector_layer_memorylayer_cli_cl_1f1f89ab,node_agent_mmd_tool_layer_toollayer_metrics_tracker_m_4c9237d8,node_agent_mmd_memory_vector_layer_memorylayer_metric_12562178,types_18_37582e2a,validator_4_5180cf23,node_agent_mmd_orchestration_layer_orchestration_clas_899b821a,node_agent_mmd_memory_vector_layer_memorylayer_classi_1ebbf5ff,node_agent_mmd_orchestration_layer_orchestration_tool_cc43149f,node_agent_mmd_tool_layer_toollayer_tooling_baseline__61e66e9f,node_agent_mmd_memory_vector_layer_memorylayer_toolin_14f86b00,claim_helpers_20dc8387,types_23_4352ee2e,local_memory_smoke_1175abfc,local_memory_0db17ecc,performance_overload_c685bfcf,node_agent_mmd_orchestration_layer_orchestration_sugg_85c5ebe3,node_agent_mmd_memory_vector_layer_memorylayer_sugges_267f408d,node_agent_mmd_llm_model_layer_llmlayer_prompt_contex_9683b128,node_agent_mmd_tool_layer_toollayer_prompt_context_dr_801c86ff,node_agent_mmd_memory_vector_layer_memorylayer_prompt_84937d91,node_agent_mmd_orchestration_layer_orchestration_prom_77088997,node_agent_mmd_llm_model_layer_llmlayer_prompt_contex_e5066b88,node_agent_mmd_tool_layer_toollayer_prompt_context_dr_bd82da46,node_agent_mmd_memory_vector_layer_memorylayer_prompt_efd77624,node_agent_mmd_llm_model_layer_llmlayer_prompt_contex_6426acc2,node_agent_mmd_memory_vector_layer_memorylayer_prompt_55c0d605,types_30_424b976c,policy_1_fc4198db,node_agent_mmd_tool_layer_toollayer_runtime_card_code_3636ceac,node_agent_mmd_memory_vector_layer_memorylayer_runtim_a5d23e7f,cli_11_338a8415,collector_0736fd5b,types_33_16e22a82,overload_guard_2748c559 memNode
